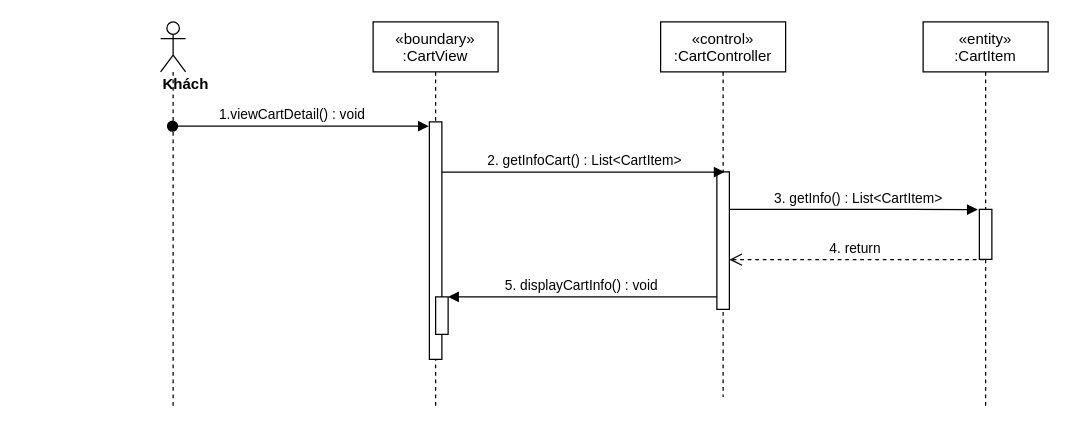
The draw.io diagram sequence diagram/view-cart-sequence.drawio in nguyenphamvan/datn_20202, before the edit. Source tidied: cells renumbered, new cells numbered last; positions are measured from the earlier drawing's top-left corner, leaving out a move shared by most shapes. Both pictures are drawn from the tidied source at 125%, with x=0, y=0 at pixel (160, 21).
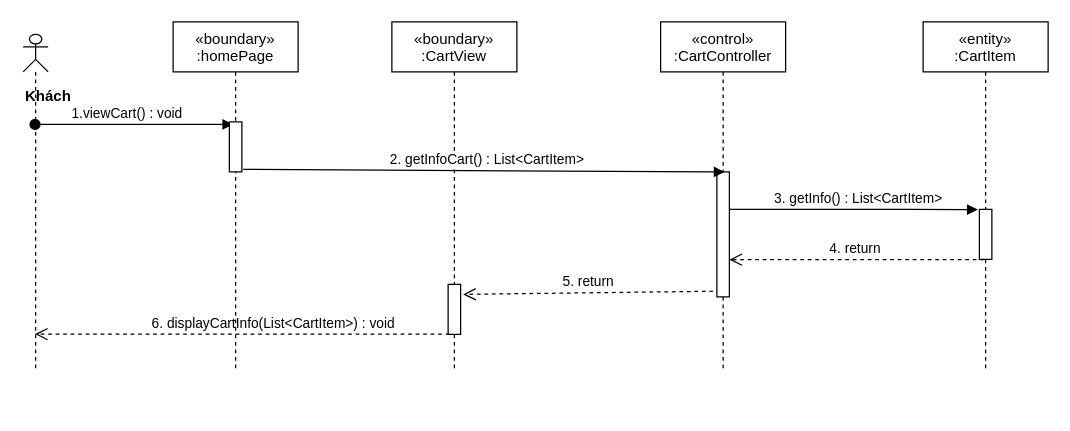
The same diagram, later.

Diff of the diagram source:
```diff
@@
 <mxGraphModel>
   <root>
     <mxCell id="0" />
     <mxCell id="1" parent="0" />
     <mxCell id="2" value="«boundary»&#10;:CartView" style="shape=umlLifeline;perimeter=lifelinePerimeter;rounded=0;shadow=0;strokeWidth=1;" parent="1" vertex="1">
-      <mxGeometry x="170" width="100" height="310" as="geometry" />
+      <mxGeometry x="185" width="100" height="280" as="geometry" />
     </mxCell>
     <mxCell id="3" style="points=[];perimeter=orthogonalPerimeter;rounded=0;shadow=0;strokeWidth=1;" parent="2" vertex="1">
-      <mxGeometry x="45" y="80" width="10" height="190" as="geometry" />
+      <mxGeometry x="45" y="210" width="10" height="40" as="geometry" />
     </mxCell>
-    <mxCell id="4" style="html=1;points=[];perimeter=orthogonalPerimeter;" parent="2" vertex="1">
-      <mxGeometry x="50" y="220" width="10" height="30" as="geometry" />
-    </mxCell>
     <mxCell id="5" value="«control»&#10;:CartController" style="shape=umlLifeline;perimeter=lifelinePerimeter;rounded=0;shadow=0;strokeWidth=1;" parent="1" vertex="1">
-      <mxGeometry x="400" width="100" height="300" as="geometry" />
+      <mxGeometry x="400" width="100" height="280" as="geometry" />
     </mxCell>
     <mxCell id="6" style="points=[];perimeter=orthogonalPerimeter;rounded=0;shadow=0;strokeWidth=1;" parent="5" vertex="1">
-      <mxGeometry x="45" y="120" width="10" height="110" as="geometry" />
+      <mxGeometry x="45" y="120" width="10" height="100" as="geometry" />
     </mxCell>
-    <mxCell id="7" value="&lt;div&gt;&lt;b&gt;Khách&lt;/b&gt;&lt;/div&gt;" style="shape=umlLifeline;participant=umlActor;perimeter=lifelinePerimeter;whiteSpace=wrap;html=1;verticalAlign=top;spacingTop=36;outlineConnect=0;align=left;" parent="1" vertex="1">
-      <mxGeometry width="20" height="310" as="geometry" />
+    <mxCell id="7" value="&lt;div&gt;&lt;b&gt;Khách&lt;/b&gt;&lt;/div&gt;" style="shape=umlLifeline;participant=umlActor;perimeter=lifelinePerimeter;whiteSpace=wrap;html=1;verticalAlign=top;spacingTop=36;outlineConnect=0;align=left;size=30;" parent="1" vertex="1">
+      <mxGeometry x="-110" y="10" width="20" height="270" as="geometry" />
     </mxCell>
-    <mxCell id="8" value="1.viewCartDetail() : void" style="verticalAlign=bottom;startArrow=oval;endArrow=block;startSize=8;shadow=0;strokeWidth=1;entryX=-0.05;entryY=0.018;entryDx=0;entryDy=0;entryPerimeter=0;" parent="1" edge="1" source="7" target="3">
+    <mxCell id="8" value="1.viewCart() : void" style="verticalAlign=bottom;startArrow=oval;endArrow=block;startSize=8;shadow=0;strokeWidth=1;entryX=0.3;entryY=0.05;entryDx=0;entryDy=0;entryPerimeter=0;" parent="1" edge="1" source="7" target="17">
       <mxGeometry x="-0.06" relative="1" as="geometry" />
     </mxCell>
-    <mxCell id="9" value="2. getInfoCart() : List&amp;lt;CartItem&amp;gt;" style="html=1;verticalAlign=bottom;endArrow=block;entryX=0.617;entryY=0.001;entryDx=0;entryDy=0;entryPerimeter=0;" parent="1" edge="1" source="3" target="6">
+    <mxCell id="9" value="2. getInfoCart() : List&amp;lt;CartItem&amp;gt;" style="html=1;verticalAlign=bottom;endArrow=block;entryX=0.617;entryY=0.001;entryDx=0;entryDy=0;entryPerimeter=0;exitX=1.1;exitY=0.95;exitDx=0;exitDy=0;exitPerimeter=0;" parent="1" edge="1" source="17" target="6">
       <mxGeometry x="0.01" relative="1" as="geometry" />
     </mxCell>
     <mxCell id="10" value="«entity»&#10;:CartItem" style="shape=umlLifeline;perimeter=lifelinePerimeter;rounded=0;shadow=0;strokeWidth=1;" parent="1" vertex="1">
-      <mxGeometry x="610" width="100" height="310" as="geometry" />
+      <mxGeometry x="610" width="100" height="280" as="geometry" />
     </mxCell>
     <mxCell id="11" style="points=[];perimeter=orthogonalPerimeter;rounded=0;shadow=0;strokeWidth=1;" parent="10" vertex="1">
       <mxGeometry x="45" y="150" width="10" height="40" as="geometry" />
     </mxCell>
     <mxCell id="12" value="3. getInfo() : List&amp;lt;CartItem&amp;gt;" style="html=1;verticalAlign=bottom;endArrow=block;entryX=-0.133;entryY=0.004;entryDx=0;entryDy=0;entryPerimeter=0;" parent="1" edge="1" source="6" target="11">
       <mxGeometry x="0.04" relative="1" as="geometry">
         <Array as="points">
           <mxPoint x="590" y="150" />
         </Array>
       </mxGeometry>
     </mxCell>
     <mxCell id="13" value="4. return&amp;nbsp;" style="html=1;verticalAlign=bottom;endArrow=open;dashed=1;endSize=8;exitX=0.367;exitY=1.006;exitDx=0;exitDy=0;exitPerimeter=0;" parent="1" edge="1" source="11" target="6">
       <mxGeometry relative="1" as="geometry" />
     </mxCell>
-    <mxCell id="14" value="5. displayCartInfo() : void" style="verticalAlign=bottom;endArrow=block;shadow=0;strokeWidth=1;" parent="1" edge="1" source="6" target="4">
-      <mxGeometry relative="1" as="geometry" />
-    </mxCell>
+    <mxCell id="15" value="6. displayCartInfo(List&amp;lt;CartItem&amp;gt;) : void" style="html=1;verticalAlign=bottom;endArrow=open;dashed=1;endSize=8;exitX=0.1;exitY=0.994;exitDx=0;exitDy=0;exitPerimeter=0;" parent="1" edge="1" source="3" target="7">
+      <mxGeometry x="-0.15" relative="1" as="geometry" />
+    </mxCell>
+    <mxCell id="16" value="«boundary»&#10;:homePage" style="shape=umlLifeline;perimeter=lifelinePerimeter;rounded=0;shadow=0;strokeWidth=1;" parent="1" vertex="1">
+      <mxGeometry x="10" width="100" height="280" as="geometry" />
+    </mxCell>
+    <mxCell id="17" style="points=[];perimeter=orthogonalPerimeter;rounded=0;shadow=0;strokeWidth=1;" parent="16" vertex="1">
+      <mxGeometry x="45" y="80" width="10" height="40" as="geometry" />
+    </mxCell>
+    <mxCell id="18" value="5. return" style="html=1;verticalAlign=bottom;endArrow=open;dashed=1;endSize=8;exitX=-0.3;exitY=0.955;exitDx=0;exitDy=0;exitPerimeter=0;entryX=1.2;entryY=0.2;entryDx=0;entryDy=0;entryPerimeter=0;" parent="1" edge="1" source="6" target="3">
+      <mxGeometry relative="1" as="geometry" />
+    </mxCell>
   </root>
 </mxGraphModel>
```
